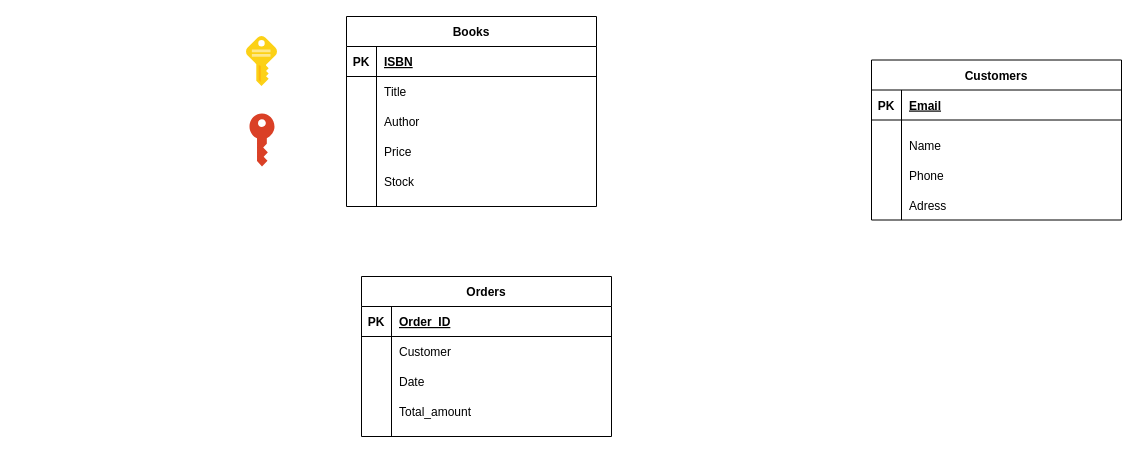
The draw.io diagram inlamning_1_ER.drawio in MagRos715/inlamnning_1, before the edit. Source tidied: cells renumbered, new cells numbered last; positions are measured from the earlier drawing's top-left corner, leaving out a move shared by most shapes. Both pictures are drawn from the tidied source at 100%, with x=0, y=0 at pixel (246, 16).
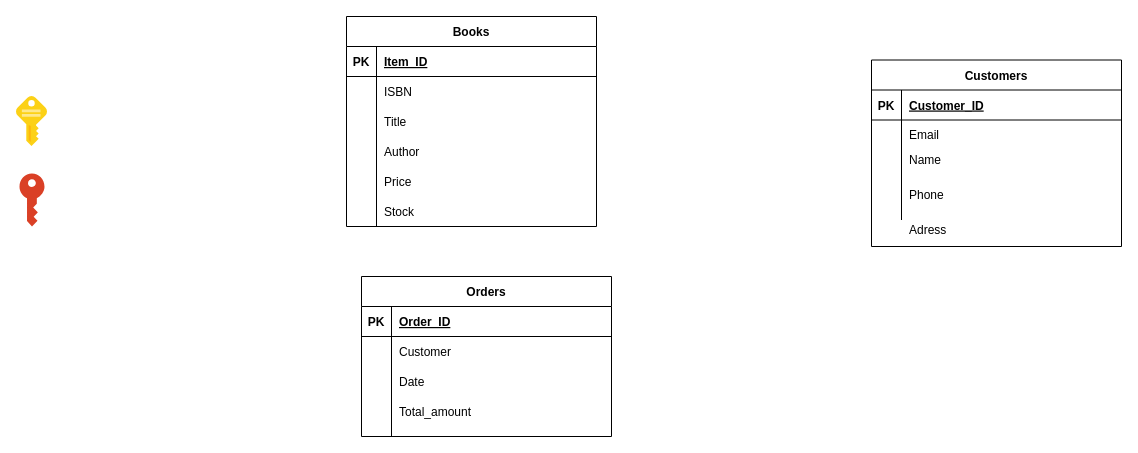
The same diagram, later.

Unchanged cells that the change refers to:
```xml
<mxCell id="6" style="shape=partialRectangle;fillColor=none;top=0;left=0;right=0;bottom=1;" parent="5" vertex="1">
  <mxGeometry y="30" width="250" height="30" as="geometry" />
</mxCell>
<mxCell id="17" style="shape=partialRectangle;fillColor=none;top=0;left=0;right=0;bottom=1;" parent="16" vertex="1">
  <mxGeometry y="30" width="250" height="30" as="geometry" />
</mxCell>
```

Change to the diagram source:
```diff
@@
-    <mxCell id="2" style="image;sketch=0;html=1;align=center;fontSize=12;image=img/lib/mscae/Key.svg;imageBackground=none;" parent="1" vertex="1">
-      <mxGeometry y="20" width="31" height="50" as="geometry" />
+    <mxCell id="2" style="image;sketch=0;html=1;align=center;fontSize=12;image=img/lib/mscae/Key.svg;imageBackground=none;fillStyle=auto;" parent="1" vertex="1">
+      <mxGeometry x="-230" y="80" width="31" height="50" as="geometry" />
     </mxCell>
     <mxCell id="3" style="sketch=0;shadow=0;dashed=0;html=1;strokeColor=none;labelPosition=center;verticalLabelPosition=bottom;verticalAlign=top;align=center;shape=mxgraph.office.security.key_permissions;fillColor=#DA4026;" parent="1" vertex="1">
-      <mxGeometry x="3" y="97" width="25" height="53" as="geometry" />
+      <mxGeometry x="-227" y="157" width="25" height="53" as="geometry" />
     </mxCell>
     <mxCell id="4" style="group;" parent="1" vertex="1">
-      <mxGeometry x="625" y="43.5" width="250" height="160" as="geometry" />
+      <mxGeometry x="625" y="43.5" width="250" height="186.5" as="geometry" />
     </mxCell>
     <mxCell id="5" value="Customers" style="shape=table;startSize=30;childLayout=tableLayout;rowLines=0;fontStyle=1;align=center;" parent="4" vertex="1">
-      <mxGeometry width="250" height="160" as="geometry" />
+      <mxGeometry width="250" height="186.5" as="geometry" />
     </mxCell>
@@
-    <mxCell id="8" value="Email" style="shape=partialRectangle;overflow=hidden;fillColor=none;top=0;left=0;bottom=0;right=0;align=left;spacingLeft=6;fontStyle=5;" parent="6" vertex="1">
+    <mxCell id="8" value="Customer_ID" style="shape=partialRectangle;overflow=hidden;fillColor=none;top=0;left=0;bottom=0;right=0;align=left;spacingLeft=6;fontStyle=5;" parent="6" vertex="1">
       <mxGeometry x="30" width="220" height="30" as="geometry" />
     </mxCell>
@@
     <mxCell id="12" value="Name" style="shape=partialRectangle;overflow=hidden;fillColor=none;top=0;left=0;bottom=0;right=0;align=left;spacingLeft=6;fontStyle=0;" parent="4" vertex="1">
-      <mxGeometry x="30" y="70" width="220" height="30" as="geometry" />
+      <mxGeometry x="30" y="81.6" width="220" height="35" as="geometry" />
     </mxCell>
     <mxCell id="13" value="Phone" style="shape=partialRectangle;overflow=hidden;fillColor=none;top=0;left=0;bottom=0;right=0;align=left;spacingLeft=6;fontStyle=0;" parent="4" vertex="1">
-      <mxGeometry x="30" y="100" width="220" height="30" as="geometry" />
+      <mxGeometry x="30" y="116.6" width="220" height="35" as="geometry" />
     </mxCell>
     <mxCell id="14" value="Adress" style="shape=partialRectangle;overflow=hidden;fillColor=none;top=0;left=0;bottom=0;right=0;align=left;spacingLeft=6;fontStyle=0;" parent="4" vertex="1">
-      <mxGeometry x="30" y="130" width="220" height="30" as="geometry" />
+      <mxGeometry x="30" y="151.5" width="220" height="35" as="geometry" />
     </mxCell>
+    <mxCell id="38" value="Email" style="shape=partialRectangle;overflow=hidden;fillColor=none;top=0;left=0;bottom=0;right=0;align=left;spacingLeft=6;fontStyle=0;" parent="4" vertex="1">
+      <mxGeometry x="30" y="56.5" width="220" height="35" as="geometry" />
+    </mxCell>
     <mxCell id="15" style="group;" parent="1" vertex="1">
-      <mxGeometry x="100" width="250" height="190" as="geometry" />
+      <mxGeometry x="100" width="250" height="210" as="geometry" />
     </mxCell>
     <mxCell id="16" value="Books" style="shape=table;startSize=30;childLayout=tableLayout;rowLines=0;fontStyle=1;align=center;" parent="15" vertex="1">
-      <mxGeometry width="250" height="190" as="geometry" />
+      <mxGeometry width="250" height="210" as="geometry" />
     </mxCell>
@@
-    <mxCell id="19" value="ISBN" style="shape=partialRectangle;overflow=hidden;fillColor=none;top=0;left=0;bottom=0;right=0;align=left;spacingLeft=6;fontStyle=5;" parent="17" vertex="1">
+    <mxCell id="19" value="Item_ID" style="shape=partialRectangle;overflow=hidden;fillColor=none;top=0;left=0;bottom=0;right=0;align=left;spacingLeft=6;fontStyle=5;" parent="17" vertex="1">
       <mxGeometry x="30" width="220" height="30" as="geometry" />
     </mxCell>
     <mxCell id="20" style="shape=partialRectangle;fillColor=none;top=0;left=0;right=0;bottom=0;" parent="16" vertex="1">
-      <mxGeometry y="60" width="250" height="130" as="geometry" />
+      <mxGeometry y="60" width="250" height="150" as="geometry" />
     </mxCell>
     <mxCell id="21" style="shape=partialRectangle;overflow=hidden;fillColor=none;top=0;left=0;bottom=0;right=0;" parent="20" vertex="1">
-      <mxGeometry width="30" height="130" as="geometry" />
+      <mxGeometry width="30" height="150" as="geometry" />
     </mxCell>
     <mxCell id="22" style="shape=partialRectangle;overflow=hidden;fillColor=none;top=0;left=0;bottom=0;right=0;align=left;spacingLeft=6;" parent="20" vertex="1">
-      <mxGeometry x="30" width="220" height="130" as="geometry" />
+      <mxGeometry x="30" width="220" height="150" as="geometry" />
     </mxCell>
-    <mxCell id="23" value="Title" style="shape=partialRectangle;overflow=hidden;fillColor=none;top=0;left=0;bottom=0;right=0;align=left;spacingLeft=6;fontStyle=0;" parent="15" vertex="1">
+    <mxCell id="23" value="ISBN" style="shape=partialRectangle;overflow=hidden;fillColor=none;top=0;left=0;bottom=0;right=0;align=left;spacingLeft=6;fontStyle=0;" parent="15" vertex="1">
       <mxGeometry x="30" y="60" width="220" height="30" as="geometry" />
     </mxCell>
-    <mxCell id="24" value="Author" style="shape=partialRectangle;overflow=hidden;fillColor=none;top=0;left=0;bottom=0;right=0;align=left;spacingLeft=6;fontStyle=0;" parent="15" vertex="1">
+    <mxCell id="24" value="Title" style="shape=partialRectangle;overflow=hidden;fillColor=none;top=0;left=0;bottom=0;right=0;align=left;spacingLeft=6;fontStyle=0;" parent="15" vertex="1">
       <mxGeometry x="30" y="90" width="220" height="30" as="geometry" />
     </mxCell>
-    <mxCell id="25" value="Price" style="shape=partialRectangle;overflow=hidden;fillColor=none;top=0;left=0;bottom=0;right=0;align=left;spacingLeft=6;fontStyle=0;" parent="15" vertex="1">
+    <mxCell id="25" value="Author" style="shape=partialRectangle;overflow=hidden;fillColor=none;top=0;left=0;bottom=0;right=0;align=left;spacingLeft=6;fontStyle=0;" parent="15" vertex="1">
       <mxGeometry x="30" y="120" width="220" height="30" as="geometry" />
     </mxCell>
-    <mxCell id="26" value="Stock" style="shape=partialRectangle;overflow=hidden;fillColor=none;top=0;left=0;bottom=0;right=0;align=left;spacingLeft=6;fontStyle=0;" parent="15" vertex="1">
+    <mxCell id="26" value="Price" style="shape=partialRectangle;overflow=hidden;fillColor=none;top=0;left=0;bottom=0;right=0;align=left;spacingLeft=6;fontStyle=0;" parent="15" vertex="1">
       <mxGeometry x="30" y="150" width="220" height="30" as="geometry" />
     </mxCell>
+    <mxCell id="39" value="Stock" style="shape=partialRectangle;overflow=hidden;fillColor=none;top=0;left=0;bottom=0;right=0;align=left;spacingLeft=6;fontStyle=0;" parent="15" vertex="1">
+      <mxGeometry x="30" y="180" width="220" height="30" as="geometry" />
+    </mxCell>
```
